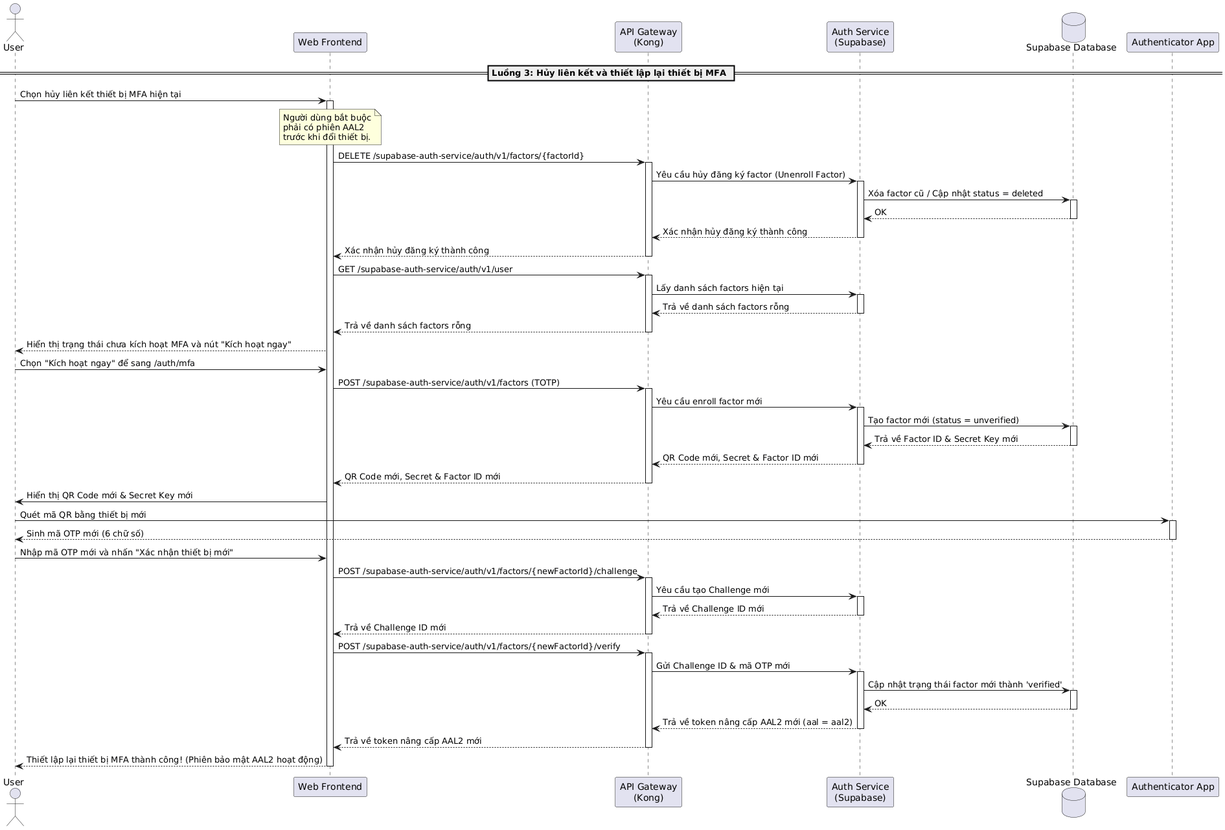
Earlier version of the PlantUML export latex/contents/Sequence/UML-Sequence-UserMfaResetDevice.png (20206205Tech/docs-latex). The source it was exported from:
```plantuml
@startuml
actor "User" as User
participant "Web Frontend" as Frontend
participant "API Gateway\n(Kong)" as Kong
participant "Auth Service\n(Supabase)" as AuthService
database "Supabase Database" as DB
participant "Authenticator App" as AuthApp

== Luồng 3: Hủy liên kết và thiết lập lại thiết bị MFA ==
User -> Frontend: Chọn hủy liên kết thiết bị MFA hiện tại
activate Frontend

note over Frontend: Người dùng bắt buộc\nphải có phiên AAL2\ntrước khi đổi thiết bị.

Frontend -> Kong: DELETE /supabase-auth-service/auth/v1/factors/{factorId}
activate Kong
Kong -> AuthService: Yêu cầu hủy đăng ký factor (Unenroll Factor)
activate AuthService
AuthService -> DB: Xóa factor cũ / Cập nhật status = deleted
activate DB
DB --> AuthService: OK
deactivate DB
AuthService --> Kong: Xác nhận hủy đăng ký thành công
deactivate AuthService
Kong --> Frontend: Xác nhận hủy đăng ký thành công
deactivate Kong

Frontend -> Kong: GET /supabase-auth-service/auth/v1/user
activate Kong
Kong -> AuthService: Lấy danh sách factors hiện tại
activate AuthService
AuthService --> Kong: Trả về danh sách factors rỗng
deactivate AuthService
Kong --> Frontend: Trả về danh sách factors rỗng
deactivate Kong

Frontend --> User: Hiển thị trạng thái chưa kích hoạt MFA và nút "Kích hoạt ngay"
User -> Frontend: Chọn "Kích hoạt ngay" để sang /auth/mfa

Frontend -> Kong: POST /supabase-auth-service/auth/v1/factors (TOTP)
activate Kong
Kong -> AuthService: Yêu cầu enroll factor mới
activate AuthService
AuthService -> DB: Tạo factor mới (status = unverified)
activate DB
DB --> AuthService: Trả về Factor ID & Secret Key mới
deactivate DB
AuthService --> Kong: QR Code mới, Secret & Factor ID mới
deactivate AuthService
Kong --> Frontend: QR Code mới, Secret & Factor ID mới
deactivate Kong

Frontend -> User: Hiển thị QR Code mới & Secret Key mới
User -> AuthApp: Quét mã QR bằng thiết bị mới
activate AuthApp
AuthApp --> User: Sinh mã OTP mới (6 chữ số)
deactivate AuthApp

User -> Frontend: Nhập mã OTP mới và nhấn "Xác nhận thiết bị mới"
Frontend -> Kong: POST /supabase-auth-service/auth/v1/factors/{newFactorId}/challenge
activate Kong
Kong -> AuthService: Yêu cầu tạo Challenge mới
activate AuthService
AuthService --> Kong: Trả về Challenge ID mới
deactivate AuthService
Kong --> Frontend: Trả về Challenge ID mới
deactivate Kong

Frontend -> Kong: POST /supabase-auth-service/auth/v1/factors/{newFactorId}/verify
activate Kong
Kong -> AuthService: Gửi Challenge ID & mã OTP mới
activate AuthService
AuthService -> DB: Cập nhật trạng thái factor mới thành 'verified'
activate DB
DB --> AuthService: OK
deactivate DB
AuthService --> Kong: Trả về token nâng cấp AAL2 mới (aal = aal2)
deactivate AuthService
Kong --> Frontend: Trả về token nâng cấp AAL2 mới
deactivate Kong

Frontend --> User: Thiết lập lại thiết bị MFA thành công! (Phiên bảo mật AAL2 hoạt động)
deactivate Frontend
@enduml
```
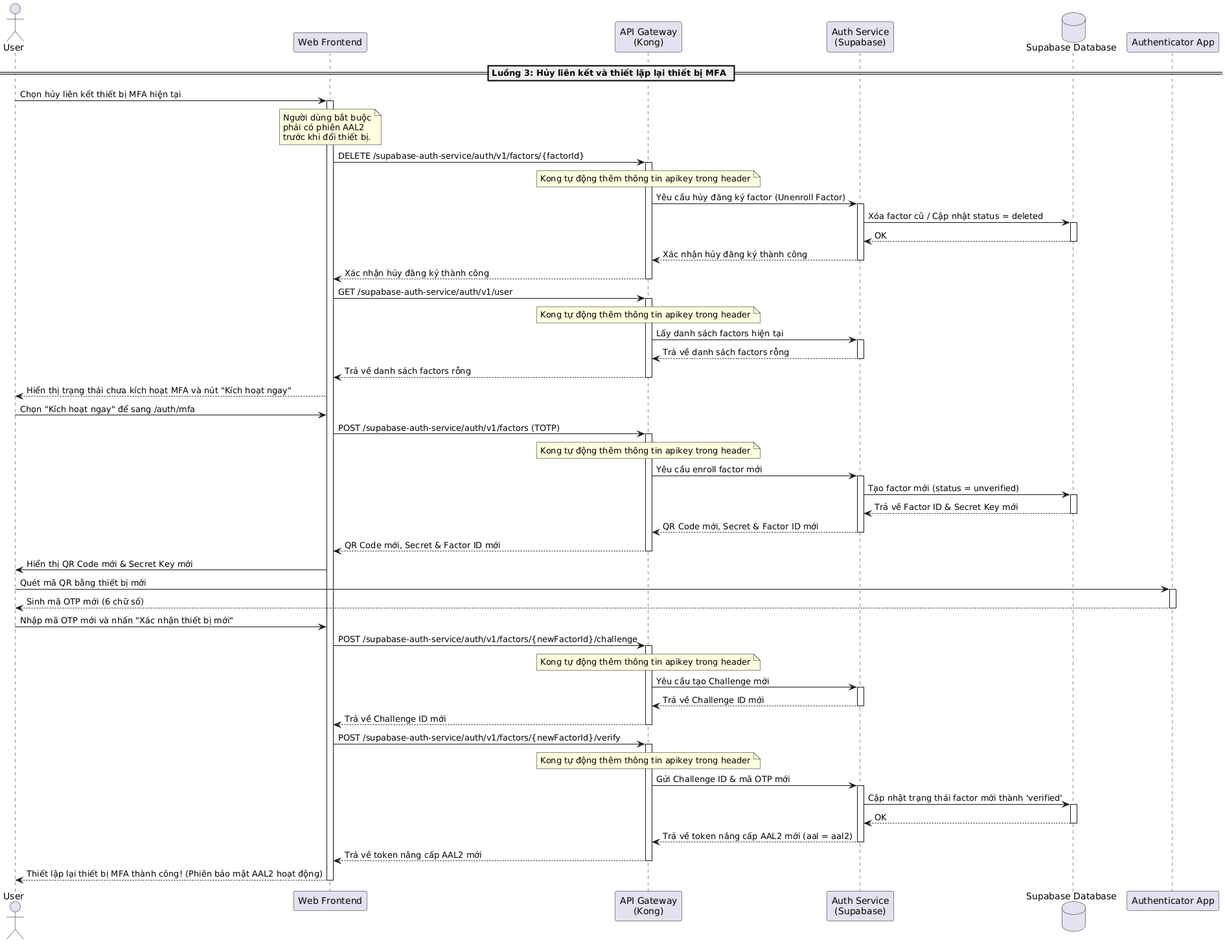
Later version of the same file.

What changed in the source:
```diff
@@ -14,6 +14,7 @@
 
 Frontend -> Kong: DELETE /supabase-auth-service/auth/v1/factors/{factorId}
 activate Kong
+note over Kong: Kong tự động thêm thông tin apikey trong header
 Kong -> AuthService: Yêu cầu hủy đăng ký factor (Unenroll Factor)
 activate AuthService
 AuthService -> DB: Xóa factor cũ / Cập nhật status = deleted
@@ -27,6 +28,7 @@
 
 Frontend -> Kong: GET /supabase-auth-service/auth/v1/user
 activate Kong
+note over Kong: Kong tự động thêm thông tin apikey trong header
 Kong -> AuthService: Lấy danh sách factors hiện tại
 activate AuthService
 AuthService --> Kong: Trả về danh sách factors rỗng
@@ -39,6 +41,7 @@
 
 Frontend -> Kong: POST /supabase-auth-service/auth/v1/factors (TOTP)
 activate Kong
+note over Kong: Kong tự động thêm thông tin apikey trong header
 Kong -> AuthService: Yêu cầu enroll factor mới
 activate AuthService
 AuthService -> DB: Tạo factor mới (status = unverified)
@@ -59,6 +62,7 @@
 User -> Frontend: Nhập mã OTP mới và nhấn "Xác nhận thiết bị mới"
 Frontend -> Kong: POST /supabase-auth-service/auth/v1/factors/{newFactorId}/challenge
 activate Kong
+note over Kong: Kong tự động thêm thông tin apikey trong header
 Kong -> AuthService: Yêu cầu tạo Challenge mới
 activate AuthService
 AuthService --> Kong: Trả về Challenge ID mới
@@ -68,6 +72,7 @@
 
 Frontend -> Kong: POST /supabase-auth-service/auth/v1/factors/{newFactorId}/verify
 activate Kong
+note over Kong: Kong tự động thêm thông tin apikey trong header
 Kong -> AuthService: Gửi Challenge ID & mã OTP mới
 activate AuthService
 AuthService -> DB: Cập nhật trạng thái factor mới thành 'verified'
```
